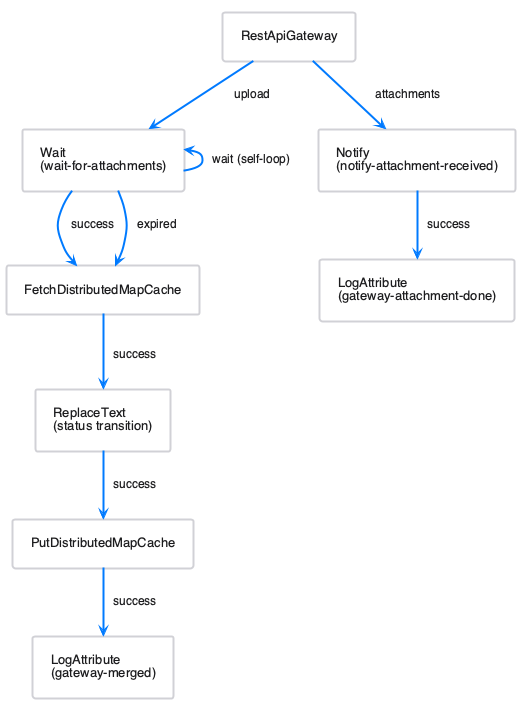
Before: doc/plantuml/attachment-flow.png, a diagram exported from PlantUML (cuioss/nifi-extensions). Source of this version:
```plantuml
@startuml
!include plantuml.skin
!pragma layout smetana

rectangle "RestApiGateway" as gw
rectangle "Wait\n(wait-for-attachments)" as wait
rectangle "Notify\n(notify-attachment-received)" as notify
rectangle "FetchDistributedMapCache" as fetch
rectangle "ReplaceText\n(status transition)" as replace
rectangle "PutDistributedMapCache" as put
rectangle "LogAttribute\n(gateway-merged)" as logMerged
rectangle "LogAttribute\n(gateway-attachment-done)" as logAttach

gw -down-> wait : upload
gw -down-> notify : attachments
wait -left-> wait : wait (self-loop)
wait -down-> fetch : success
wait -down-> fetch : expired
notify -down-> logAttach : success
fetch -down-> replace : success
replace -down-> put : success
put -down-> logMerged : success
@enduml
```
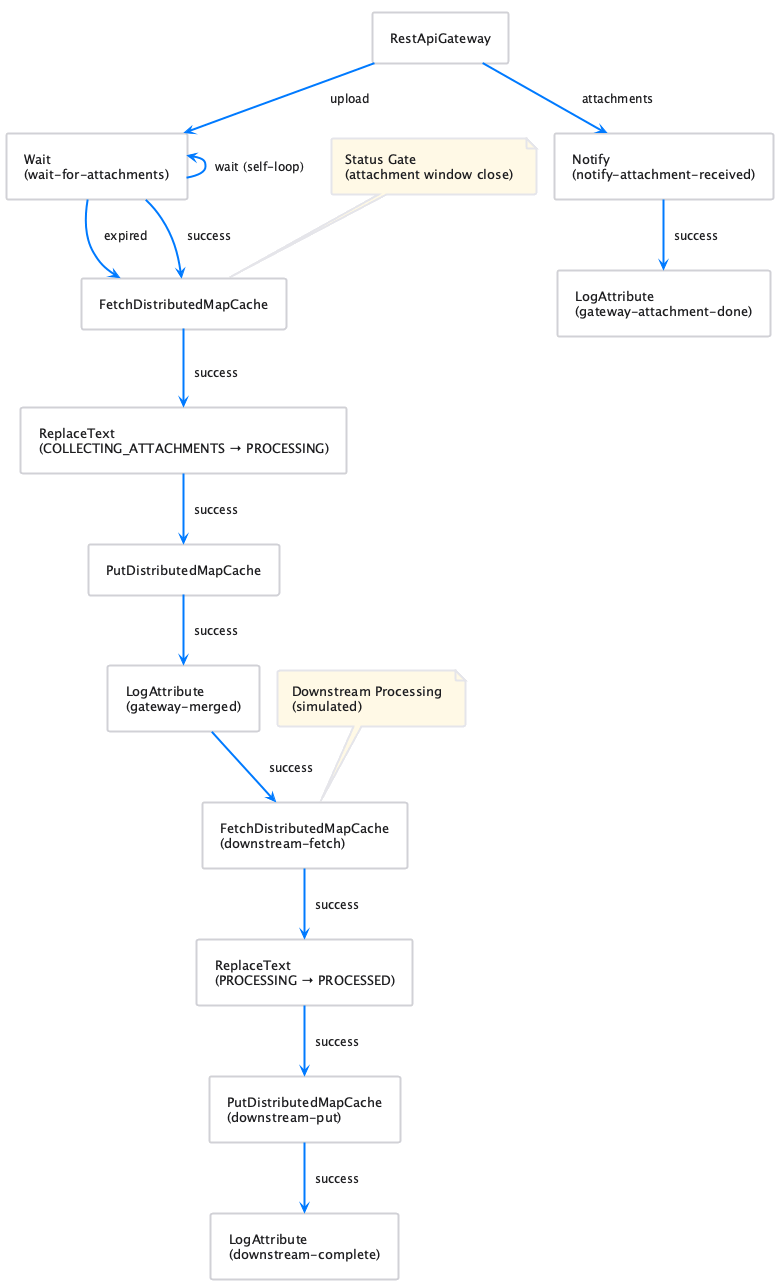
The same file after the commit.

Commit message:
feat: complete attachment flow E2E lifecycle and rewrite integration guide

Change to the diagram source:
```diff
@@ -5,10 +5,19 @@
 rectangle "RestApiGateway" as gw
 rectangle "Wait\n(wait-for-attachments)" as wait
 rectangle "Notify\n(notify-attachment-received)" as notify
+
+note "Status Gate\n(attachment window close)" as n1
 rectangle "FetchDistributedMapCache" as fetch
-rectangle "ReplaceText\n(status transition)" as replace
+rectangle "ReplaceText\n(COLLECTING_ATTACHMENTS → PROCESSING)" as replace
 rectangle "PutDistributedMapCache" as put
 rectangle "LogAttribute\n(gateway-merged)" as logMerged
+
+note "Downstream Processing\n(simulated)" as n2
+rectangle "FetchDistributedMapCache\n(downstream-fetch)" as fetch2
+rectangle "ReplaceText\n(PROCESSING → PROCESSED)" as replace2
+rectangle "PutDistributedMapCache\n(downstream-put)" as put2
+rectangle "LogAttribute\n(downstream-complete)" as logComplete
+
 rectangle "LogAttribute\n(gateway-attachment-done)" as logAttach
 
 gw -down-> wait : upload
@@ -20,4 +29,12 @@
 fetch -down-> replace : success
 replace -down-> put : success
 put -down-> logMerged : success
+
+n1 .. fetch
+n2 .. fetch2
+
+logMerged -down-> fetch2 : success
+fetch2 -down-> replace2 : success
+replace2 -down-> put2 : success
+put2 -down-> logComplete : success
 @enduml
```
